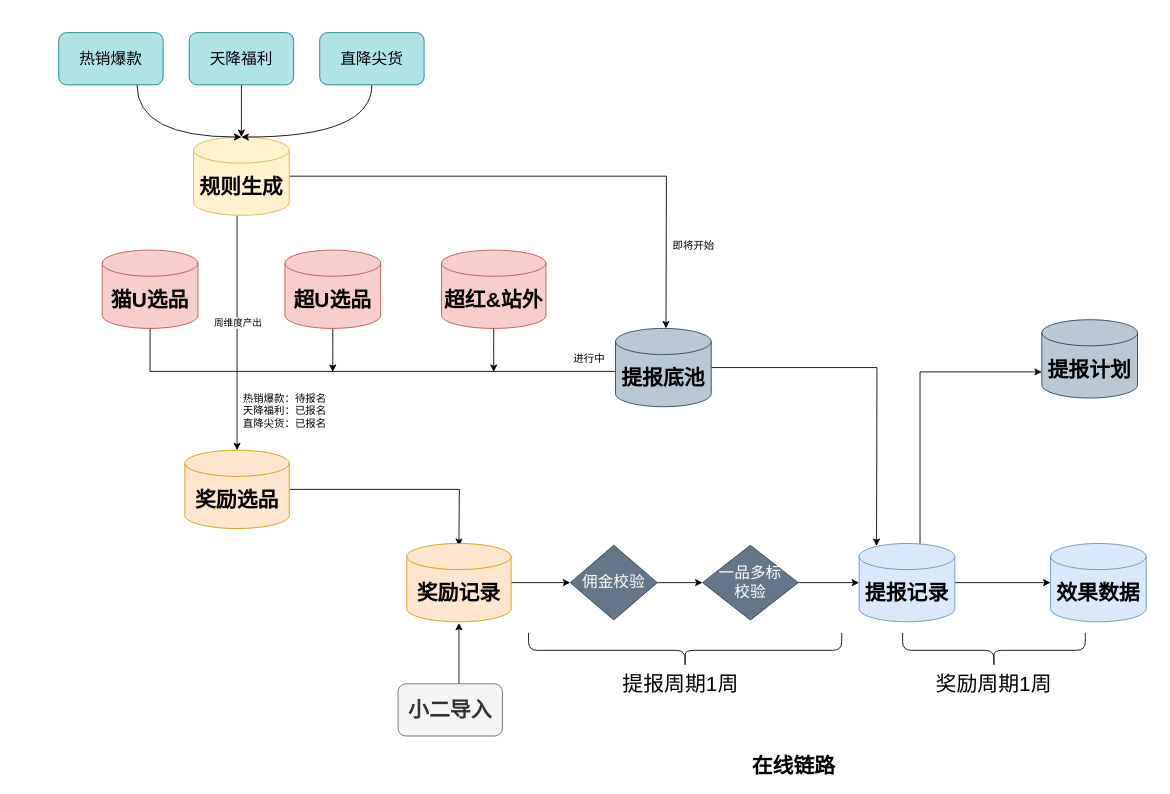
The draw.io diagram 淘客激励升级.drawio in RuishanFang/notes, before the edit. Source tidied: cells renumbered, new cells numbered last; positions are measured from the earlier drawing's top-left corner, leaving out a move shared by most shapes. Both pictures are drawn from the tidied source at 87%, with x=0, y=0 at pixel (58, 32).
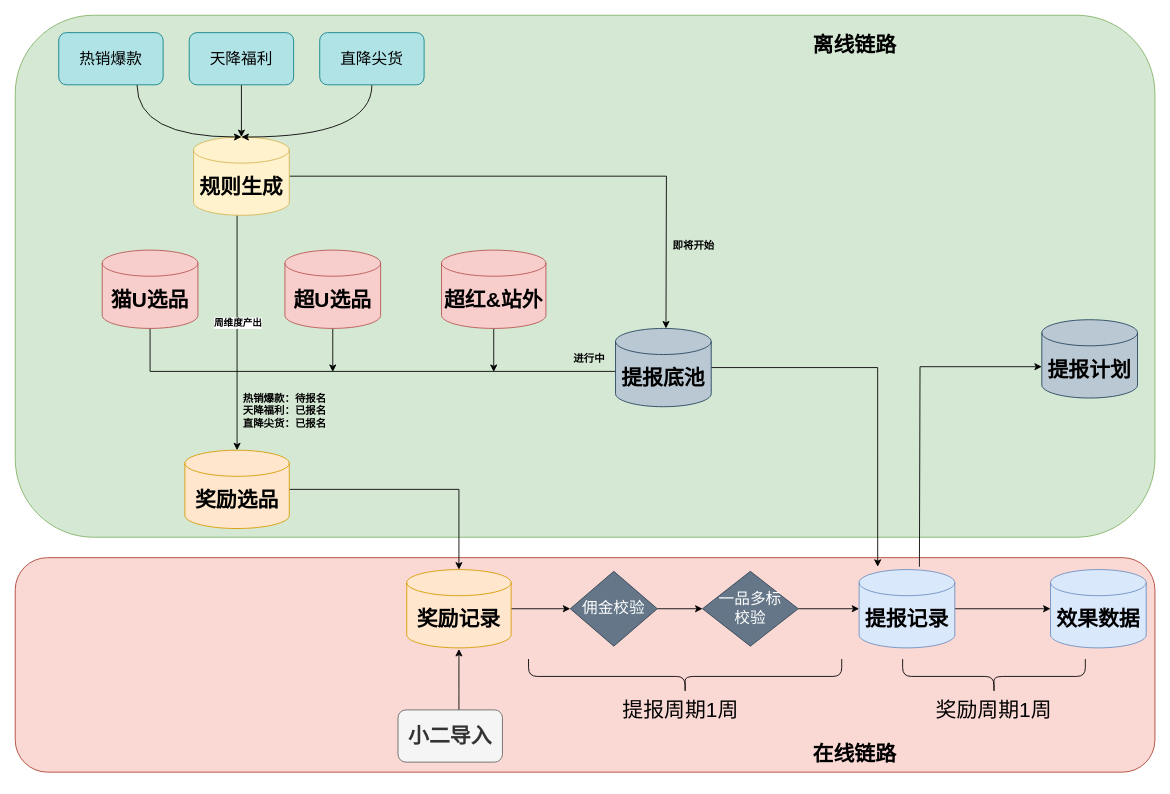
The same page after the edit.

Commit message:
更新淘客激励升级.drawio

The change refers to these unchanged cells:
```xml
<mxCell id="3" value="&lt;span style=&quot;font-size: 24px;&quot;&gt;&lt;b&gt;奖励选品&lt;/b&gt;&lt;/span&gt;" style="shape=cylinder3;whiteSpace=wrap;html=1;boundedLbl=1;backgroundOutline=1;size=15;fillColor=#ffe6cc;strokeColor=#d79b00;" parent="1" vertex="1">
  <mxGeometry x="145" y="480" width="120" height="90" as="geometry" />
</mxCell>
<mxCell id="25" value="&lt;span style=&quot;font-size: 24px;&quot;&gt;&lt;b&gt;提报底池&lt;/b&gt;&lt;/span&gt;" style="shape=cylinder3;whiteSpace=wrap;html=1;boundedLbl=1;backgroundOutline=1;size=15;fillColor=#bac8d3;strokeColor=#23445d;" parent="1" vertex="1">
  <mxGeometry x="640" y="340" width="110" height="90" as="geometry" />
</mxCell>
<mxCell id="26" style="edgeStyle=orthogonalEdgeStyle;rounded=0;jettySize=auto;html=1;entryX=0.5;entryY=0;entryDx=0;entryDy=0;entryPerimeter=0;" parent="1" edge="1" source="29" target="3">
  <mxGeometry relative="1" as="geometry">
    <Array as="points">
      <mxPoint x="205" y="180" />
      <mxPoint x="205" y="180" />
    </Array>
  </mxGeometry>
</mxCell>
<mxCell id="35" value="&lt;span style=&quot;font-size: 24px;&quot;&gt;&lt;b&gt;提报计划&lt;/b&gt;&lt;/span&gt;" style="shape=cylinder3;whiteSpace=wrap;html=1;boundedLbl=1;backgroundOutline=1;size=15;fillColor=#bac8d3;strokeColor=#23445d;" parent="1" vertex="1">
  <mxGeometry x="1130" y="330" width="110" height="90" as="geometry" />
</mxCell>
```

The edit, as a diff of the source:
```diff
@@
+    <mxCell id="43" style="rounded=1;whiteSpace=wrap;html=1;fillColor=#fad9d5;strokeColor=#ae4132;" parent="1" vertex="1">
+      <mxGeometry x="-50" y="603.5" width="1310" height="246.5" as="geometry" />
+    </mxCell>
+    <mxCell id="44" style="rounded=1;whiteSpace=wrap;html=1;fillColor=#d5e8d4;strokeColor=#82b366;" parent="1" vertex="1">
+      <mxGeometry x="-50" y="-20" width="1310" height="600" as="geometry" />
+    </mxCell>
-    <mxCell id="2" style="edgeStyle=orthogonalEdgeStyle;rounded=0;jettySize=auto;html=1;" parent="1" edge="1" source="3">
-      <mxGeometry relative="1" as="geometry">
-        <mxPoint x="460" y="590" as="targetPoint" />
-      </mxGeometry>
+    <mxCell id="2" style="edgeStyle=orthogonalEdgeStyle;rounded=0;jettySize=auto;html=1;entryX=0.5;entryY=0;entryDx=0;entryDy=0;entryPerimeter=0;" parent="1" edge="1" source="3" target="31">
+      <mxGeometry relative="1" as="geometry" />
     </mxCell>
@@
     <mxCell id="5" value="&lt;font style=&quot;font-size: 24px;&quot;&gt;&lt;b style=&quot;&quot;&gt;提报记录&lt;/b&gt;&lt;/font&gt;" style="shape=cylinder3;whiteSpace=wrap;html=1;boundedLbl=1;backgroundOutline=1;size=15;fillColor=#dae8fc;strokeColor=#6c8ebf;" parent="1" vertex="1">
-      <mxGeometry x="920" y="587.2" width="110" height="90" as="geometry" />
+      <mxGeometry x="920" y="617.2" width="110" height="90" as="geometry" />
     </mxCell>
     <mxCell id="6" value="&lt;font style=&quot;font-size: 24px;&quot;&gt;&lt;b style=&quot;&quot;&gt;效果数据&lt;/b&gt;&lt;/font&gt;" style="shape=cylinder3;whiteSpace=wrap;html=1;boundedLbl=1;backgroundOutline=1;size=15;fillColor=#dae8fc;strokeColor=#6c8ebf;" parent="1" vertex="1">
-      <mxGeometry x="1140" y="587.2" width="110" height="90" as="geometry" />
+      <mxGeometry x="1140" y="617.2" width="110" height="90" as="geometry" />
     </mxCell>
     <mxCell id="7" style="shape=curlyBracket;whiteSpace=wrap;html=1;rounded=1;labelPosition=left;verticalLabelPosition=middle;align=right;verticalAlign=middle;rotation=-90;" parent="1" vertex="1">
-      <mxGeometry x="700" y="530" width="40" height="360" as="geometry" />
+      <mxGeometry x="700" y="560" width="40" height="360" as="geometry" />
     </mxCell>
     <mxCell id="8" style="shape=curlyBracket;whiteSpace=wrap;html=1;rounded=1;labelPosition=left;verticalLabelPosition=middle;align=right;verticalAlign=middle;rotation=-90;" parent="1" vertex="1">
-      <mxGeometry x="1055" y="605" width="40" height="210" as="geometry" />
+      <mxGeometry x="1055" y="635" width="40" height="210" as="geometry" />
     </mxCell>
     <mxCell id="9" value="&lt;font style=&quot;font-size: 24px;&quot;&gt;提报周期1周&lt;/font&gt;" style="text;html=1;strokeColor=none;fillColor=none;align=center;verticalAlign=middle;whiteSpace=wrap;rounded=0;" parent="1" vertex="1">
-      <mxGeometry x="640" y="733.8" width="150" height="30" as="geometry" />
+      <mxGeometry x="640" y="763.8" width="150" height="30" as="geometry" />
     </mxCell>
     <mxCell id="10" value="&lt;font style=&quot;font-size: 24px;&quot;&gt;奖励周期1周&lt;/font&gt;" style="text;html=1;strokeColor=none;fillColor=none;align=center;verticalAlign=middle;whiteSpace=wrap;rounded=0;" parent="1" vertex="1">
-      <mxGeometry x="1000" y="733.8" width="150" height="30" as="geometry" />
+      <mxGeometry x="1000" y="763.8" width="150" height="30" as="geometry" />
     </mxCell>
@@
     <mxCell id="17" style="edgeStyle=orthogonalEdgeStyle;rounded=0;jettySize=auto;html=1;" parent="1" edge="1" source="18">
       <mxGeometry relative="1" as="geometry">
-        <mxPoint x="460" y="678.5" as="targetPoint" />
+        <mxPoint x="460" y="708.5" as="targetPoint" />
         <Array as="points">
-          <mxPoint x="460" y="728.5" />
-          <mxPoint x="460" y="678.5" />
+          <mxPoint x="460" y="758.5" />
+          <mxPoint x="460" y="708.5" />
         </Array>
       </mxGeometry>
     </mxCell>
     <mxCell id="18" value="&lt;font style=&quot;font-size: 24px;&quot;&gt;&lt;b&gt;小二导入&lt;/b&gt;&lt;/font&gt;" style="rounded=1;whiteSpace=wrap;html=1;fillColor=#f5f5f5;fontColor=#333333;strokeColor=#666666;" parent="1" vertex="1">
-      <mxGeometry x="390" y="748.5" width="120" height="60" as="geometry" />
+      <mxGeometry x="390" y="778.5" width="120" height="60" as="geometry" />
     </mxCell>
     <mxCell id="19" value="&lt;font style=&quot;font-size: 24px;&quot;&gt;&lt;b&gt;在线链路&lt;/b&gt;&lt;/font&gt;" style="text;html=1;strokeColor=none;fillColor=none;align=center;verticalAlign=middle;whiteSpace=wrap;rounded=0;" parent="1" vertex="1">
-      <mxGeometry x="790" y="828.5" width="110" height="30" as="geometry" />
+      <mxGeometry x="860" y="815" width="110" height="30" as="geometry" />
     </mxCell>
@@
     <mxCell id="21" value="&lt;font style=&quot;font-size: 18px;&quot;&gt;佣金校验&lt;/font&gt;" style="rhombus;whiteSpace=wrap;html=1;fillColor=#647687;fontColor=#ffffff;strokeColor=#314354;" parent="1" vertex="1">
-      <mxGeometry x="588" y="589.2" width="100" height="86" as="geometry" />
+      <mxGeometry x="588" y="619.2" width="100" height="86" as="geometry" />
     </mxCell>
@@
     <mxCell id="23" value="&lt;font style=&quot;font-size: 18px;&quot;&gt;一品多标&lt;br&gt;校验&lt;/font&gt;" style="rhombus;whiteSpace=wrap;html=1;fillColor=#647687;fontColor=#ffffff;strokeColor=#314354;" parent="1" vertex="1">
-      <mxGeometry x="740" y="589.2" width="110" height="86" as="geometry" />
+      <mxGeometry x="740" y="619.2" width="110" height="86" as="geometry" />
     </mxCell>
-    <mxCell id="24" style="edgeStyle=orthogonalEdgeStyle;rounded=0;jettySize=auto;html=1;" parent="1" edge="1" source="25">
-      <mxGeometry relative="1" as="geometry">
-        <mxPoint x="940" y="590" as="targetPoint" />
-      </mxGeometry>
+    <mxCell id="24" style="edgeStyle=orthogonalEdgeStyle;rounded=0;jettySize=auto;html=1;entryX=0.194;entryY=-0.036;entryDx=0;entryDy=0;entryPerimeter=0;" parent="1" edge="1" source="25" target="5">
+      <mxGeometry relative="1" as="geometry" />
     </mxCell>
@@
-    <mxCell id="27" value="周维度产出" style="edgeLabel;html=1;align=center;verticalAlign=middle;" parent="26" vertex="1">
+    <mxCell id="27" value="&lt;b&gt;周维度产出&lt;/b&gt;" style="edgeLabel;html=1;align=center;verticalAlign=middle;" parent="26" vertex="1">
       <mxGeometry x="-0.09" relative="1" as="geometry" />
     </mxCell>
@@
     <mxCell id="31" value="&lt;span style=&quot;font-size: 24px;&quot;&gt;&lt;b&gt;奖励记录&lt;/b&gt;&lt;/span&gt;" style="shape=cylinder3;whiteSpace=wrap;html=1;boundedLbl=1;backgroundOutline=1;size=15;fillColor=#ffe6cc;strokeColor=#d79b00;" parent="1" vertex="1">
-      <mxGeometry x="400" y="587.2" width="120" height="90" as="geometry" />
+      <mxGeometry x="400" y="617.2" width="120" height="90" as="geometry" />
     </mxCell>
-    <mxCell id="32" value="热销爆款：待报名&lt;br&gt;天降福利：已报名&lt;br&gt;直降尖货：已报名" style="text;html=1;strokeColor=none;fillColor=none;align=center;verticalAlign=middle;whiteSpace=wrap;rounded=0;" parent="1" vertex="1">
+    <mxCell id="32" value="&lt;b&gt;热销爆款：待报名&lt;br&gt;天降福利：已报名&lt;br&gt;直降尖货：已报名&lt;/b&gt;" style="text;html=1;strokeColor=none;fillColor=none;align=center;verticalAlign=middle;whiteSpace=wrap;rounded=0;" parent="1" vertex="1">
       <mxGeometry x="210" y="420" width="100" height="30" as="geometry" />
     </mxCell>
-    <mxCell id="33" value="进行中" style="text;html=1;strokeColor=none;fillColor=none;align=center;verticalAlign=middle;whiteSpace=wrap;rounded=0;" parent="1" vertex="1">
+    <mxCell id="33" value="&lt;b&gt;进行中&lt;/b&gt;" style="text;html=1;strokeColor=none;fillColor=none;align=center;verticalAlign=middle;whiteSpace=wrap;rounded=0;" parent="1" vertex="1">
       <mxGeometry x="580" y="360" width="60" height="30" as="geometry" />
     </mxCell>
-    <mxCell id="34" value="即将开始" style="text;html=1;strokeColor=none;fillColor=none;align=center;verticalAlign=middle;whiteSpace=wrap;rounded=0;" parent="1" vertex="1">
+    <mxCell id="34" value="&lt;b&gt;即将开始&lt;/b&gt;" style="text;html=1;strokeColor=none;fillColor=none;align=center;verticalAlign=middle;whiteSpace=wrap;rounded=0;" parent="1" vertex="1">
       <mxGeometry x="700" y="230" width="60" height="30" as="geometry" />
     </mxCell>
@@
-    <mxCell id="42" style="endArrow=classic;html=1;rounded=0;entryX=0;entryY=0;entryDx=0;entryDy=60;entryPerimeter=0;" parent="1" edge="1" target="35">
+    <mxCell id="42" style="endArrow=classic;html=1;rounded=0;entryX=0;entryY=0;entryDx=0;entryDy=60;entryPerimeter=0;exitX=0.63;exitY=-0.036;exitDx=0;exitDy=0;exitPerimeter=0;" parent="1" edge="1" source="5">
       <mxGeometry relative="1" as="geometry">
-        <mxPoint x="990" y="587.2" as="sourcePoint" />
+        <mxPoint x="1130" y="384" as="targetPoint" />
         <Array as="points">
-          <mxPoint x="990" y="390" />
+          <mxPoint x="990" y="384" />
         </Array>
       </mxGeometry>
     </mxCell>
+    <mxCell id="45" value="&lt;span style=&quot;font-size: 24px;&quot;&gt;&lt;b&gt;离线链路&lt;/b&gt;&lt;/span&gt;" style="text;html=1;strokeColor=none;fillColor=none;align=center;verticalAlign=middle;whiteSpace=wrap;rounded=0;" parent="1" vertex="1">
+      <mxGeometry x="860" width="110" height="30" as="geometry" />
+    </mxCell>
```
